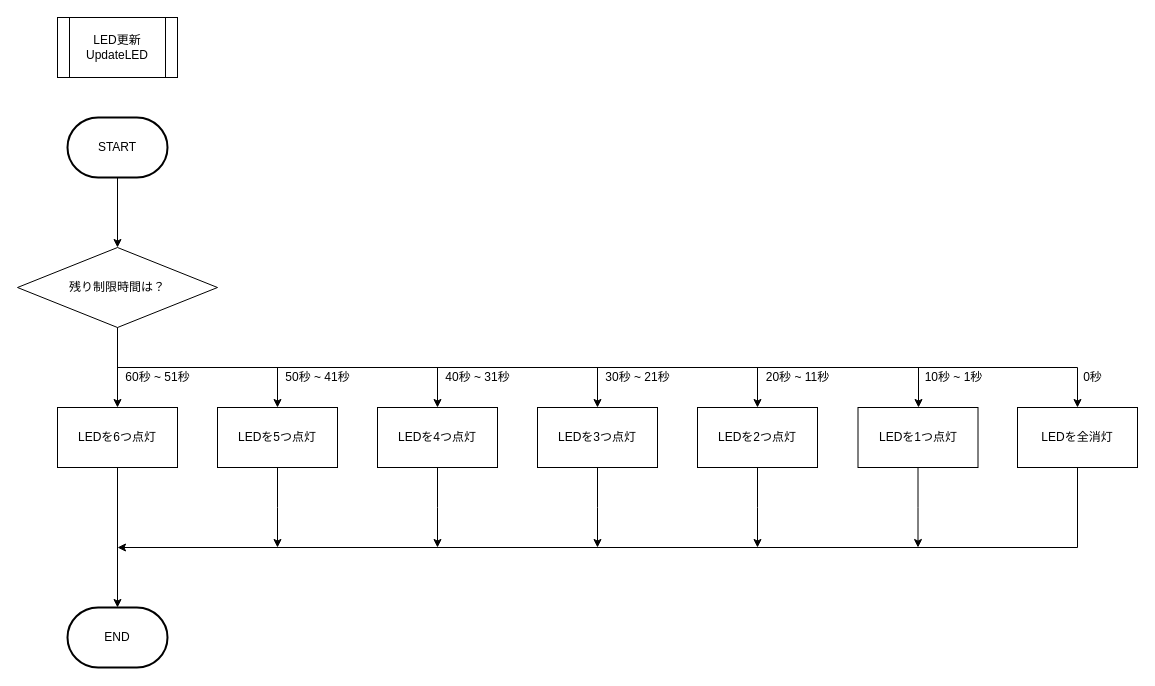
This is 資料/設計書/フローチャート/モグラ叩き_フローチャート_LED.drawio from hakohumi/comp.train.whack-a-mole, a draw.io file, before an edit. Source tidied: cells renumbered, new cells numbered last; positions are measured from the earlier drawing's top-left corner, leaving out a move shared by most shapes. Both pictures are drawn from the tidied source at 100%, with x=0, y=0 at pixel (17, 17).
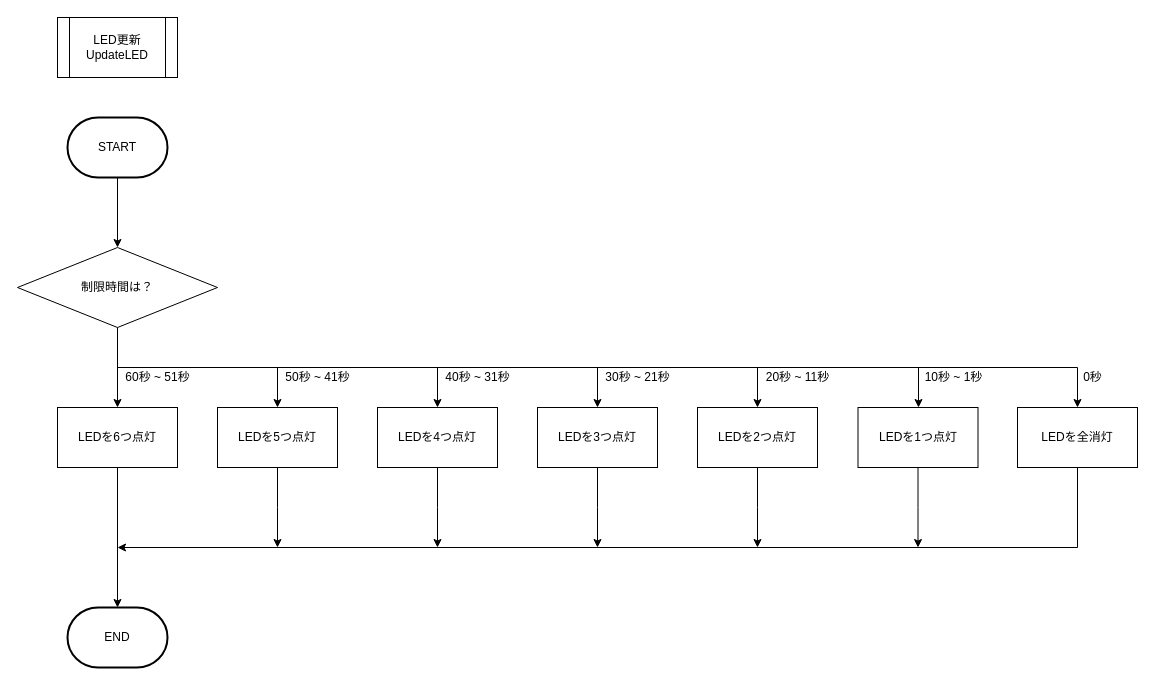
The same page after the edit.

What changed in the source:
```diff
@@
-    <mxCell id="13" value="残り制限時間は？" style="rhombus;whiteSpace=wrap;html=1;" parent="1" vertex="1">
+    <mxCell id="13" value="制限時間は？" style="rhombus;whiteSpace=wrap;html=1;" parent="1" vertex="1">
       <mxGeometry y="230" width="200" height="80" as="geometry" />
     </mxCell>
```
